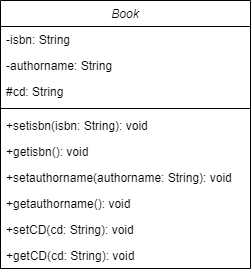
Earlier version of the draw.io export Q2Book Diagram.png (fxrhxnS/Week2Diagram). Source tidied: cells renumbered, new cells last; positions are measured from the earlier drawing's top-left corner, leaving out a move shared by most shapes.
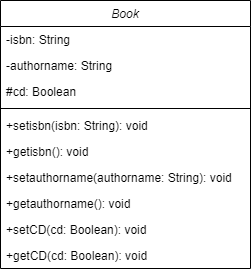
The same file after the commit.

What changed in the source:
```diff
@@ -11,7 +11,7 @@
     <mxCell id="4" value="-authorname: String" style="text;align=left;verticalAlign=top;spacingLeft=4;spacingRight=4;overflow=hidden;rounded=0;shadow=0;html=0;" parent="2" vertex="1">
       <mxGeometry y="52" width="250" height="26" as="geometry" />
     </mxCell>
-    <mxCell id="5" value="#cd: String" style="text;align=left;verticalAlign=top;spacingLeft=4;spacingRight=4;overflow=hidden;rounded=0;shadow=0;html=0;" parent="2" vertex="1">
+    <mxCell id="5" value="#cd: Boolean" style="text;align=left;verticalAlign=top;spacingLeft=4;spacingRight=4;overflow=hidden;rounded=0;shadow=0;html=0;" parent="2" vertex="1">
       <mxGeometry y="78" width="250" height="26" as="geometry" />
     </mxCell>
     <mxCell id="6" style="line;html=1;strokeWidth=1;align=left;verticalAlign=middle;spacingTop=-1;spacingLeft=3;spacingRight=3;labelPosition=right;" parent="2" vertex="1">
@@ -29,10 +29,10 @@
     <mxCell id="10" value="+getauthorname(): void" style="text;align=left;verticalAlign=top;spacingLeft=4;spacingRight=4;overflow=hidden;" parent="2" vertex="1">
       <mxGeometry y="190" width="250" height="26" as="geometry" />
     </mxCell>
-    <mxCell id="11" value="+setCD(cd: String): void" style="text;align=left;verticalAlign=top;spacingLeft=4;spacingRight=4;overflow=hidden;" parent="2" vertex="1">
+    <mxCell id="11" value="+setCD(cd: Boolean): void" style="text;align=left;verticalAlign=top;spacingLeft=4;spacingRight=4;overflow=hidden;" parent="2" vertex="1">
       <mxGeometry y="216" width="250" height="26" as="geometry" />
     </mxCell>
-    <mxCell id="12" value="+getCD(cd: String): void" style="text;align=left;verticalAlign=top;spacingLeft=4;spacingRight=4;overflow=hidden;" parent="2" vertex="1">
+    <mxCell id="12" value="+getCD(cd: Boolean): void" style="text;align=left;verticalAlign=top;spacingLeft=4;spacingRight=4;overflow=hidden;" parent="2" vertex="1">
       <mxGeometry y="242" width="250" height="26" as="geometry" />
     </mxCell>
   </root>
```
